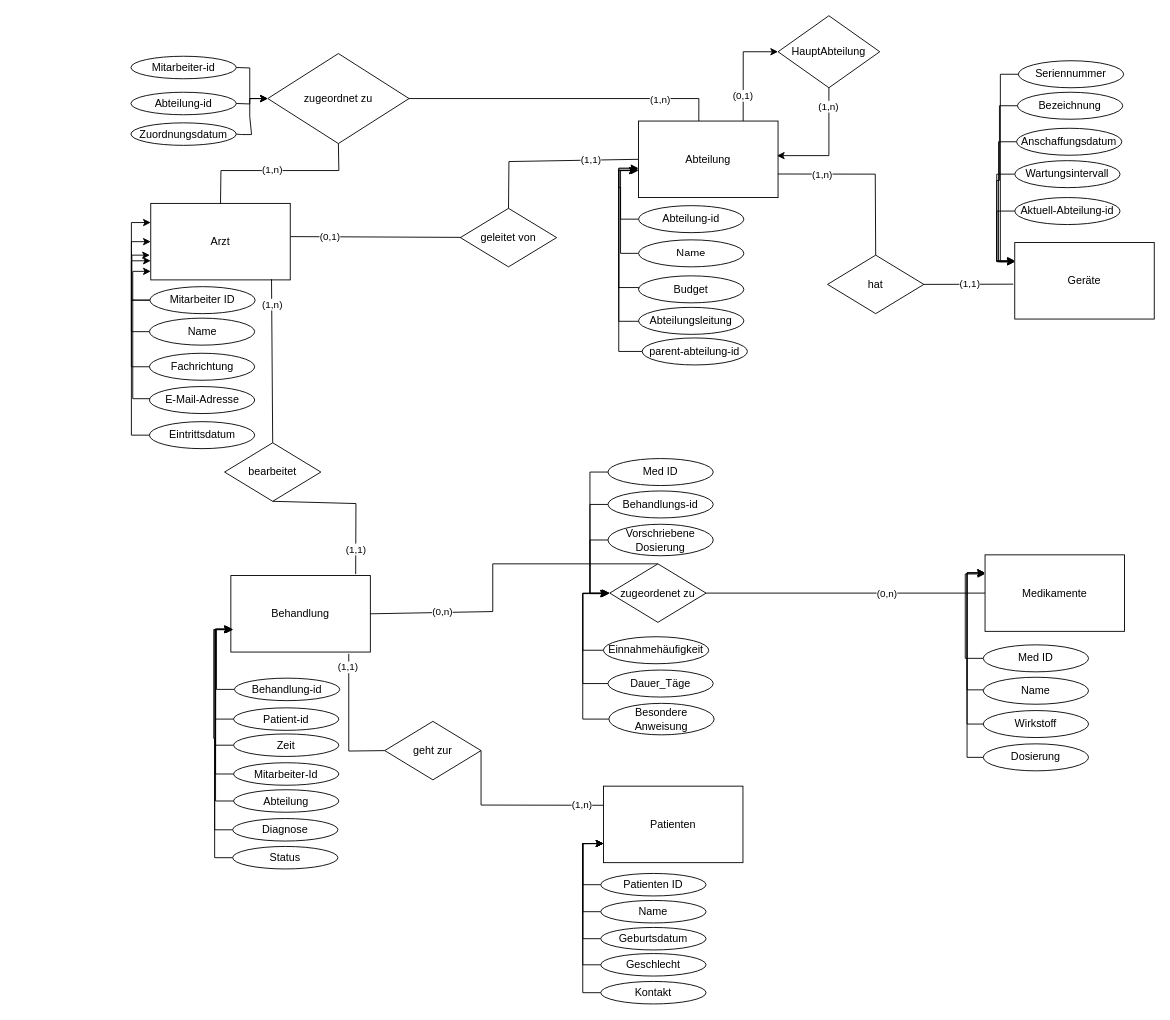
Above: aufgabe04/Aufgabe A.drawio in contraintuitiv/datenbanksysteme (draw.io), before the change. Source tidied: cells renumbered, new cells numbered last; positions are measured from the earlier drawing's top-left corner, leaving out a move shared by most shapes. Both pictures are drawn from the tidied source at 90%, with x=0, y=0 at pixel (130, 15).
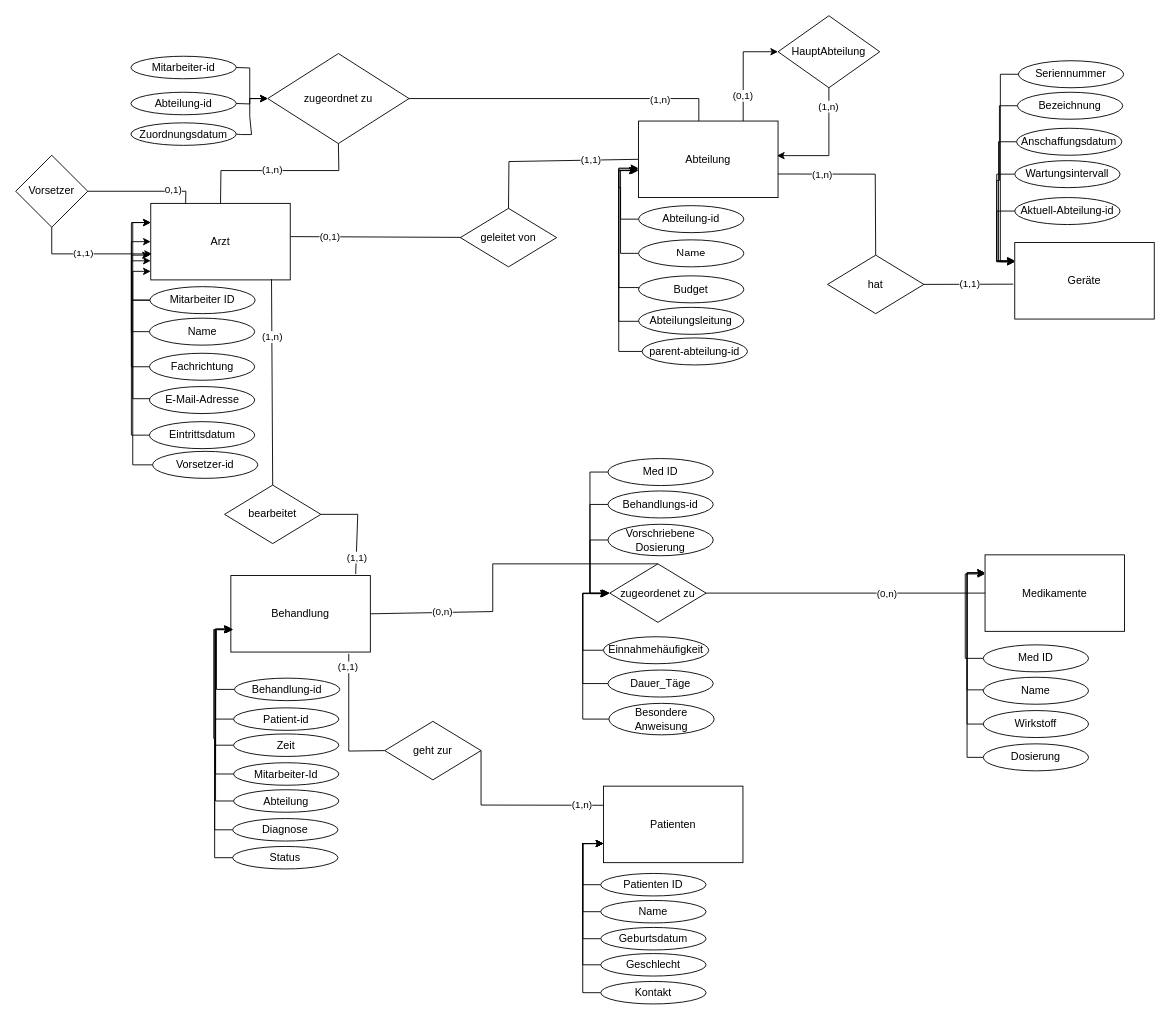
After the change.

Unchanged cells that the change refers to:
```xml
<mxCell id="2" value="Arzt" style="rounded=0;whiteSpace=wrap;html=1;" parent="1" vertex="1">
  <mxGeometry x="22" y="208.5" width="155" height="85" as="geometry" />
</mxCell>
```

What changed in the source:
```diff
@@
     <mxCell id="76" value="bearbeitet" style="rhombus;whiteSpace=wrap;html=1;" parent="1" vertex="1">
-      <mxGeometry x="104" y="474.5" width="107" height="65" as="geometry" />
+      <mxGeometry x="104" y="521.5" width="107" height="65" as="geometry" />
     </mxCell>
-    <mxCell id="77" style="endArrow=none;html=1;rounded=0;entryX=0.5;entryY=1;entryDx=0;entryDy=0;exitX=0.895;exitY=-0.019;exitDx=0;exitDy=0;exitPerimeter=0;" parent="1" edge="1">
+    <mxCell id="77" style="endArrow=none;html=1;rounded=0;entryX=1;entryY=0.5;entryDx=0;entryDy=0;exitX=0.895;exitY=-0.019;exitDx=0;exitDy=0;exitPerimeter=0;" parent="1" edge="1" target="76">
       <mxGeometry relative="1" as="geometry">
         <mxPoint x="249.7" y="620.4" as="sourcePoint" />
-        <mxPoint x="157.5" y="539.5" as="targetPoint" />
         <Array as="points">
-          <mxPoint x="250" y="542" />
+          <mxPoint x="252" y="554" />
         </Array>
       </mxGeometry>
     </mxCell>
@@
+    <mxCell id="123" style="edgeStyle=orthogonalEdgeStyle;rounded=0;jettySize=auto;html=1;exitX=0;exitY=0.5;exitDx=0;exitDy=0;entryX=0;entryY=0.25;entryDx=0;entryDy=0;" parent="1" edge="1" source="124" target="2">
+      <mxGeometry relative="1" as="geometry">
+        <Array as="points">
+          <mxPoint x="2" y="499" />
+          <mxPoint x="2" y="230" />
+        </Array>
+      </mxGeometry>
+    </mxCell>
+    <mxCell id="124" value="Vorsetzer-id" style="ellipse;whiteSpace=wrap;html=1;" parent="1" vertex="1">
+      <mxGeometry x="24" y="484" width="117" height="30" as="geometry" />
+    </mxCell>
+    <mxCell id="125" value="Vorsetzer" style="rhombus;whiteSpace=wrap;html=1;" parent="1" vertex="1">
+      <mxGeometry x="-128" y="155" width="80" height="80" as="geometry" />
+    </mxCell>
+    <mxCell id="126" style="edgeStyle=orthogonalEdgeStyle;rounded=0;jettySize=auto;html=1;exitX=0.5;exitY=1;exitDx=0;exitDy=0;entryX=0.009;entryY=0.66;entryDx=0;entryDy=0;entryPerimeter=0;" parent="1" edge="1" source="125" target="2">
+      <mxGeometry relative="1" as="geometry" />
+    </mxCell>
+    <mxCell id="127" value="(1,1)" style="edgeLabel;html=1;align=center;verticalAlign=middle;" parent="126" vertex="1">
+      <mxGeometry x="-0.07" y="-1" relative="1" as="geometry">
+        <mxPoint x="-2" y="-2" as="offset" />
+      </mxGeometry>
+    </mxCell>
+    <mxCell id="128" style="endArrow=none;html=1;rounded=0;exitX=1;exitY=0.5;exitDx=0;exitDy=0;entryX=0.25;entryY=0;entryDx=0;entryDy=0;" parent="1" edge="1" source="125" target="2">
+      <mxGeometry relative="1" as="geometry">
+        <Array as="points">
+          <mxPoint x="61" y="195" />
+        </Array>
+      </mxGeometry>
+    </mxCell>
+    <mxCell id="129" value="0,1)" style="edgeLabel;html=1;align=center;verticalAlign=middle;" parent="128" vertex="1">
+      <mxGeometry x="0.54" y="2" relative="1" as="geometry" />
+    </mxCell>
```
